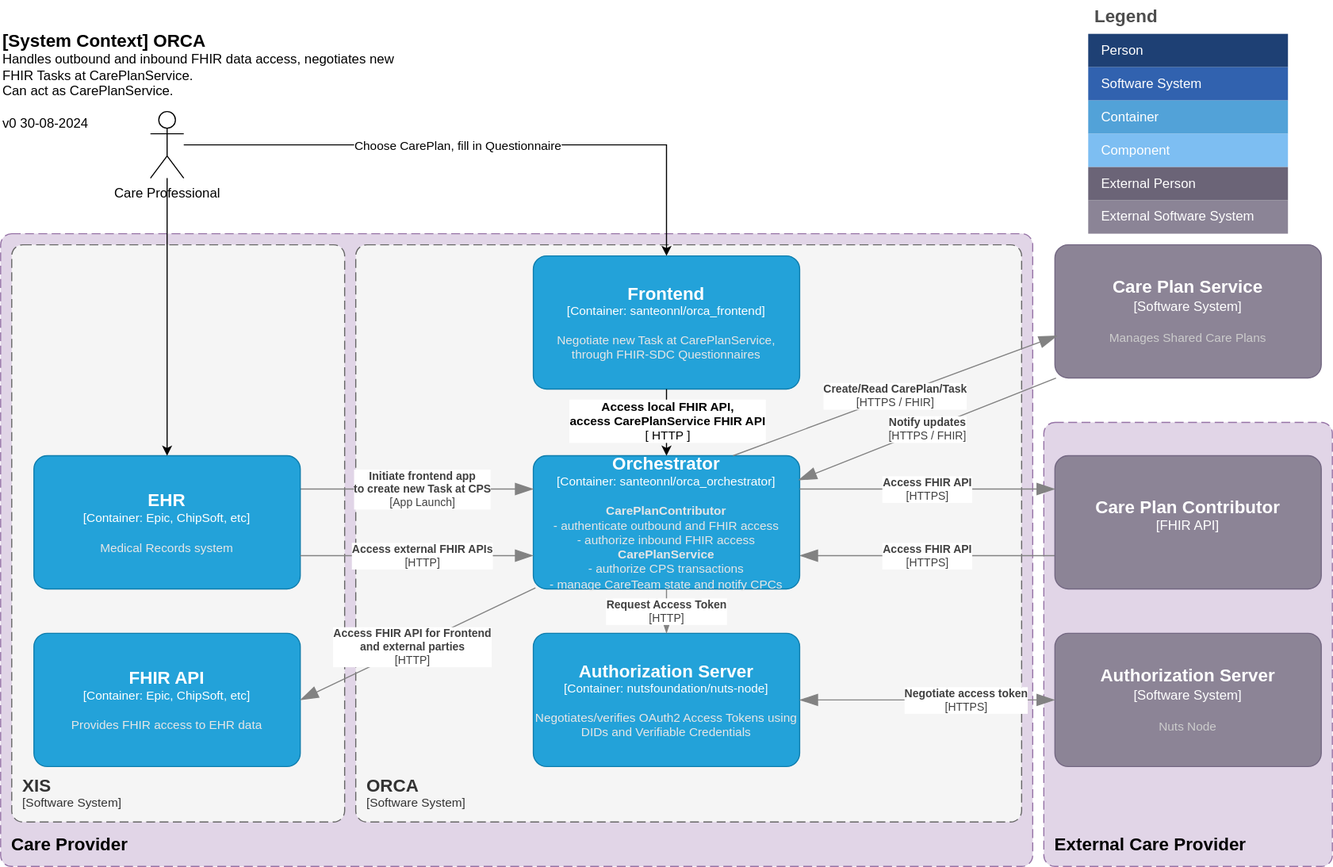
Above: docs/images/system-diagram.svg in SanteonNL/orca (draw.io), before the change. Source tidied: cells renumbered, new cells last; positions are measured from the earlier drawing's top-left corner, leaving out a move shared by most shapes.
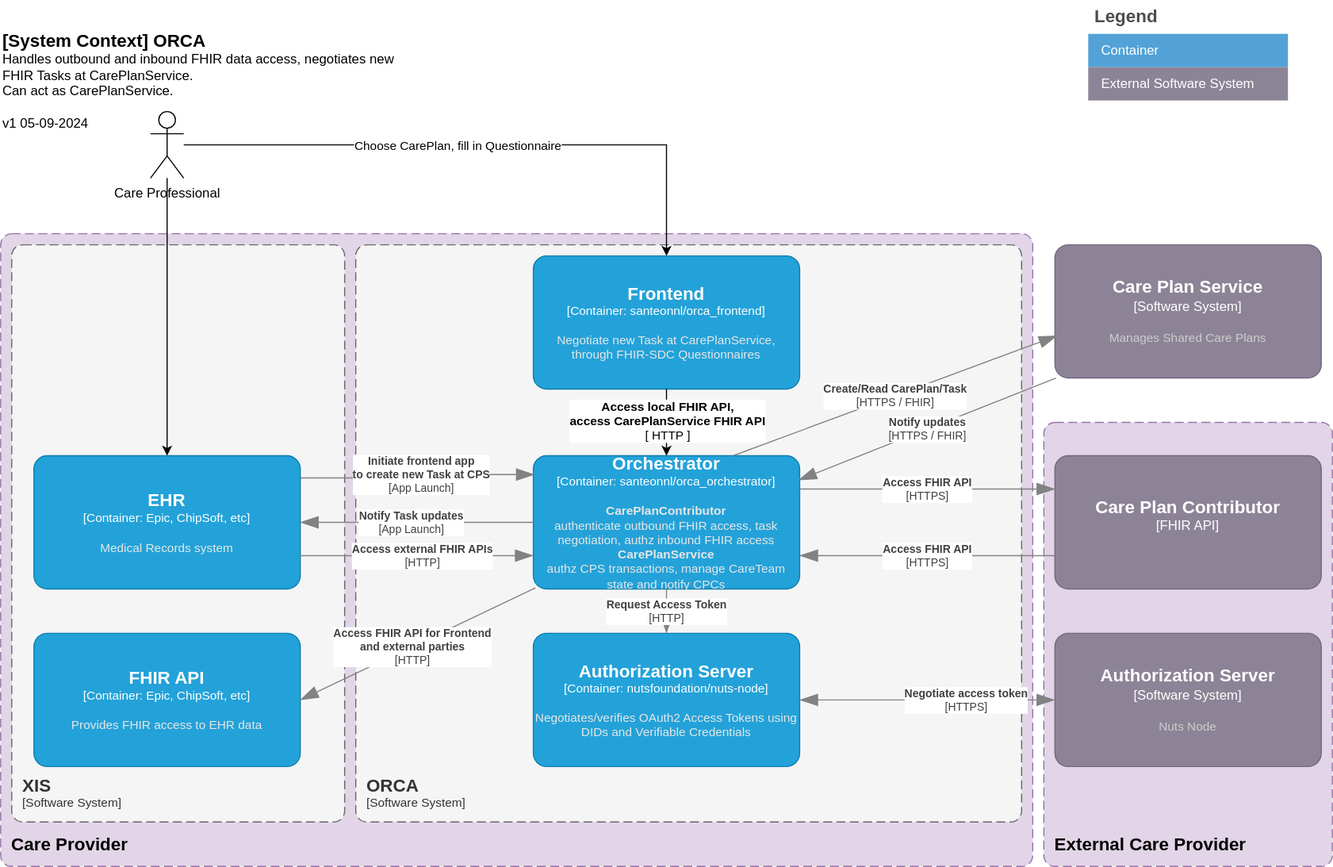
Above is the later version.

The edit, as a diff of the source:
```diff
@@ -42,13 +42,13 @@
         <mxGeometry x="950" y="410" width="240" height="120" as="geometry" />
       </mxCell>
     </object>
-    <object id="10" label="&lt;font style=&quot;font-size: 16px&quot;&gt;&lt;b&gt;%c4Name%&lt;/b&gt;&lt;/font&gt;&lt;div&gt;[%c4Type%: %c4Technology%]&lt;/div&gt;&lt;br&gt;&lt;div&gt;&lt;font style=&quot;font-size: 11px&quot;&gt;&lt;font color=&quot;#E6E6E6&quot;&gt;%c4Description%&lt;/font&gt;&lt;/div&gt;" c4Description="&lt;b&gt;CarePlanContributor&lt;/b&gt;&#10;- authenticate outbound and FHIR access&#10;- authorize inbound FHIR access&#10;&lt;b&gt;CarePlanService&lt;/b&gt;&#10;- authorize CPS transactions&#10;- manage CareTeam state and notify CPCs" c4Name="Orchestrator" c4Technology="santeonnl/orca_orchestrator" c4Type="Container" placeholders="1">
+    <object id="10" label="&lt;font style=&quot;font-size: 16px&quot;&gt;&lt;b&gt;%c4Name%&lt;/b&gt;&lt;/font&gt;&lt;div&gt;[%c4Type%: %c4Technology%]&lt;/div&gt;&lt;br&gt;&lt;div&gt;&lt;font style=&quot;font-size: 11px&quot;&gt;&lt;font color=&quot;#E6E6E6&quot;&gt;%c4Description%&lt;/font&gt;&lt;/div&gt;" c4Description="&lt;b&gt;CarePlanContributor&lt;/b&gt;&#10;authenticate outbound FHIR access, task negotiation, authz inbound FHIR access&#10;&lt;b&gt;CarePlanService&lt;/b&gt;&#10;authz CPS transactions, manage CareTeam state and notify CPCs" c4Name="Orchestrator" c4Technology="santeonnl/orca_orchestrator" c4Type="Container" placeholders="1">
       <mxCell style="rounded=1;whiteSpace=wrap;html=1;fontSize=11;labelBackgroundColor=none;fillColor=#23A2D9;fontColor=#ffffff;align=center;arcSize=10;strokeColor=#0E7DAD;points=[[0.25,0,0],[0.5,0,0],[0.75,0,0],[1,0.25,0],[1,0.5,0],[1,0.75,0],[0.75,1,0],[0.5,1,0],[0.25,1,0],[0,0.75,0],[0,0.5,0],[0,0.25,0]];spacingTop=0;" parent="1" vertex="1">
         <mxGeometry x="480" y="410" width="240" height="120" as="geometry" />
       </mxCell>
     </object>
     <object id="11" label="&lt;div style=&quot;text-align: left&quot;&gt;&lt;div style=&quot;text-align: center&quot;&gt;&lt;b&gt;%c4Description%&lt;/b&gt;&lt;/div&gt;&lt;div style=&quot;text-align: center&quot;&gt;[%c4Technology%]&lt;/div&gt;&lt;/div&gt;" c4Description="Initiate frontend app&#10;to create new Task at CPS" c4Technology="App Launch" c4Type="Relationship" placeholders="1">
-      <mxCell style="endArrow=blockThin;html=1;fontSize=10;fontColor=#404040;strokeWidth=1;endFill=1;strokeColor=#828282;elbow=vertical;endSize=14;startSize=14;jumpStyle=arc;jumpSize=16;rounded=0;exitX=1;exitY=0.25;exitDx=0;exitDy=0;exitPerimeter=0;entryX=0;entryY=0.25;entryDx=0;entryDy=0;entryPerimeter=0;edgeStyle=orthogonalEdgeStyle;" parent="1" edge="1" source="12" target="10">
+      <mxCell style="endArrow=blockThin;html=1;fontSize=10;fontColor=#404040;strokeWidth=1;endFill=1;strokeColor=#828282;elbow=vertical;endSize=14;startSize=14;jumpStyle=arc;jumpSize=16;rounded=0;exitX=1;exitY=0.167;exitDx=0;exitDy=0;exitPerimeter=0;entryX=0.004;entryY=0.142;entryDx=0;entryDy=0;entryPerimeter=0;edgeStyle=orthogonalEdgeStyle;" parent="1" edge="1" source="12" target="10">
         <mxGeometry x="0.05" relative="1" as="geometry" />
       </mxCell>
     </object>
@@ -72,46 +72,22 @@
         <mxGeometry relative="1" as="geometry" />
       </mxCell>
     </object>
-    <object id="16" label="&lt;font style=&quot;font-size: 16px&quot;&gt;&lt;b&gt;&lt;div style=&quot;text-align: left&quot;&gt;%c4Name%&lt;/div&gt;&lt;/b&gt;&lt;/font&gt;&lt;div style=&quot;text-align: left&quot;&gt;%c4Description%&lt;/div&gt;" c4Description="Handles outbound and inbound FHIR data access, negotiates new FHIR Tasks at CarePlanService.&#10;Can act as CarePlanService.&#10;&#10;v0 30-08-2024" c4Name="[System Context] ORCA" c4Type="ContainerDiagramTitle" placeholders="1">
+    <object id="16" label="&lt;font style=&quot;font-size: 16px&quot;&gt;&lt;b&gt;&lt;div style=&quot;text-align: left&quot;&gt;%c4Name%&lt;/div&gt;&lt;/b&gt;&lt;/font&gt;&lt;div style=&quot;text-align: left&quot;&gt;%c4Description%&lt;/div&gt;" c4Description="Handles outbound and inbound FHIR data access, negotiates new FHIR Tasks at CarePlanService.&#10;Can act as CarePlanService.&#10;&#10;v1 05-09-2024" c4Name="[System Context] ORCA" c4Type="ContainerDiagramTitle" placeholders="1">
       <mxCell style="text;html=1;strokeColor=none;fillColor=none;align=left;verticalAlign=top;whiteSpace=wrap;rounded=0;" parent="1" vertex="1">
         <mxGeometry y="20" width="360" height="70" as="geometry" />
       </mxCell>
     </object>
     <mxCell id="17" value="Legend" style="shape=table;startSize=30;fontSize=16;align=left;verticalAlign=top;fillColor=none;strokeColor=none;fontColor=#4D4D4D;fontStyle=1;spacingLeft=6;spacing=0;" parent="1" vertex="1">
-      <mxGeometry x="980" width="180" height="210" as="geometry" />
+      <mxGeometry x="980" width="180" height="90" as="geometry" />
     </mxCell>
-    <mxCell id="18" style="shape=tableRow;horizontal=0;startSize=0;swimlaneHead=0;swimlaneBody=0;strokeColor=inherit;top=0;left=0;bottom=0;right=0;fillColor=none;fontSize=12;" parent="17" vertex="1">
-      <mxGeometry y="30" width="180" height="30" as="geometry" />
-    </mxCell>
-    <mxCell id="19" value="Person" style="shape=partialRectangle;html=1;whiteSpace=wrap;strokeColor=inherit;overflow=hidden;fillColor=#1E4074;top=0;left=0;bottom=0;right=0;fontSize=12;align=left;fontColor=#FFFFFF;gradientColor=none;spacingLeft=10;spacingRight=4;" parent="18" vertex="1">
-      <mxGeometry width="180" height="30" as="geometry" />
-    </mxCell>
-    <mxCell id="20" style="shape=tableRow;horizontal=0;startSize=0;swimlaneHead=0;swimlaneBody=0;strokeColor=inherit;top=0;left=0;bottom=0;right=0;fillColor=none;fontSize=12;" parent="17" vertex="1">
-      <mxGeometry y="60" width="180" height="30" as="geometry" />
-    </mxCell>
-    <mxCell id="21" value="Software System" style="shape=partialRectangle;html=1;whiteSpace=wrap;strokeColor=inherit;overflow=hidden;fillColor=#3162AF;top=0;left=0;bottom=0;right=0;fontSize=12;align=left;fontColor=#FFFFFF;gradientColor=none;spacingLeft=10;spacingRight=4;" parent="20" vertex="1">
-      <mxGeometry width="180" height="30" as="geometry" />
-    </mxCell>
     <mxCell id="22" style="shape=tableRow;horizontal=0;startSize=0;swimlaneHead=0;swimlaneBody=0;strokeColor=inherit;top=0;left=0;bottom=0;right=0;fillColor=none;fontSize=12;" parent="17" vertex="1">
-      <mxGeometry y="90" width="180" height="30" as="geometry" />
+      <mxGeometry y="30" width="180" height="30" as="geometry" />
     </mxCell>
     <mxCell id="23" value="Container" style="shape=partialRectangle;html=1;whiteSpace=wrap;strokeColor=inherit;overflow=hidden;fillColor=#52a2d8;top=0;left=0;bottom=0;right=0;fontSize=12;align=left;fontColor=#FFFFFF;gradientColor=none;spacingLeft=10;spacingRight=4;" parent="22" vertex="1">
       <mxGeometry width="180" height="30" as="geometry" />
     </mxCell>
-    <mxCell id="24" style="shape=tableRow;horizontal=0;startSize=0;swimlaneHead=0;swimlaneBody=0;strokeColor=inherit;top=0;left=0;bottom=0;right=0;fillColor=none;fontSize=12;" parent="17" vertex="1">
-      <mxGeometry y="120" width="180" height="30" as="geometry" />
-    </mxCell>
-    <mxCell id="25" value="Component" style="shape=partialRectangle;html=1;whiteSpace=wrap;strokeColor=inherit;overflow=hidden;fillColor=#7dbef2;top=0;left=0;bottom=0;right=0;fontSize=12;align=left;fontColor=#FFFFFF;gradientColor=none;spacingLeft=10;spacingRight=4;" parent="24" vertex="1">
-      <mxGeometry width="180" height="30" as="geometry" />
-    </mxCell>
-    <mxCell id="26" style="shape=tableRow;horizontal=0;startSize=0;swimlaneHead=0;swimlaneBody=0;strokeColor=inherit;top=0;left=0;bottom=0;right=0;fillColor=none;fontSize=12;" parent="17" vertex="1">
-      <mxGeometry y="150" width="180" height="30" as="geometry" />
-    </mxCell>
-    <mxCell id="27" value="External Person" style="shape=partialRectangle;html=1;whiteSpace=wrap;strokeColor=inherit;overflow=hidden;fillColor=#6b6477;top=0;left=0;bottom=0;right=0;fontSize=12;align=left;fontColor=#FFFFFF;gradientColor=none;spacingLeft=10;spacingRight=4;" parent="26" vertex="1">
-      <mxGeometry width="180" height="30" as="geometry" />
-    </mxCell>
     <mxCell id="28" style="shape=tableRow;horizontal=0;startSize=0;swimlaneHead=0;swimlaneBody=0;strokeColor=inherit;top=0;left=0;bottom=0;right=0;fillColor=none;fontSize=12;" parent="17" vertex="1">
-      <mxGeometry y="180" width="180" height="30" as="geometry" />
+      <mxGeometry y="60" width="180" height="30" as="geometry" />
     </mxCell>
     <mxCell id="29" value="External Software System" style="shape=partialRectangle;html=1;whiteSpace=wrap;strokeColor=inherit;overflow=hidden;fillColor=#8b8496;top=0;left=0;bottom=0;right=0;fontSize=12;align=left;fontColor=#FFFFFF;gradientColor=none;spacingLeft=10;spacingRight=4;" parent="28" vertex="1">
       <mxGeometry width="180" height="30" as="geometry" />
@@ -171,5 +147,10 @@
         <mxGeometry x="0.05" relative="1" as="geometry" />
       </mxCell>
     </object>
+    <object id="43" label="&lt;div style=&quot;text-align: left&quot;&gt;&lt;div style=&quot;text-align: center&quot;&gt;&lt;b&gt;%c4Description%&lt;/b&gt;&lt;/div&gt;&lt;div style=&quot;text-align: center&quot;&gt;[%c4Technology%]&lt;/div&gt;&lt;/div&gt;" c4Description="Notify Task updates" c4Technology="App Launch" c4Type="Relationship" placeholders="1">
+      <mxCell style="endArrow=blockThin;html=1;fontSize=10;fontColor=#404040;strokeWidth=1;endFill=1;strokeColor=#828282;elbow=vertical;endSize=14;startSize=14;jumpStyle=arc;jumpSize=16;rounded=0;exitX=0;exitY=0.5;exitDx=0;exitDy=0;exitPerimeter=0;entryX=1;entryY=0.5;entryDx=0;entryDy=0;entryPerimeter=0;edgeStyle=orthogonalEdgeStyle;" parent="1" edge="1" source="10" target="12">
+        <mxGeometry x="0.05" relative="1" as="geometry" />
+      </mxCell>
+    </object>
   </root>
 </mxGraphModel>
```
